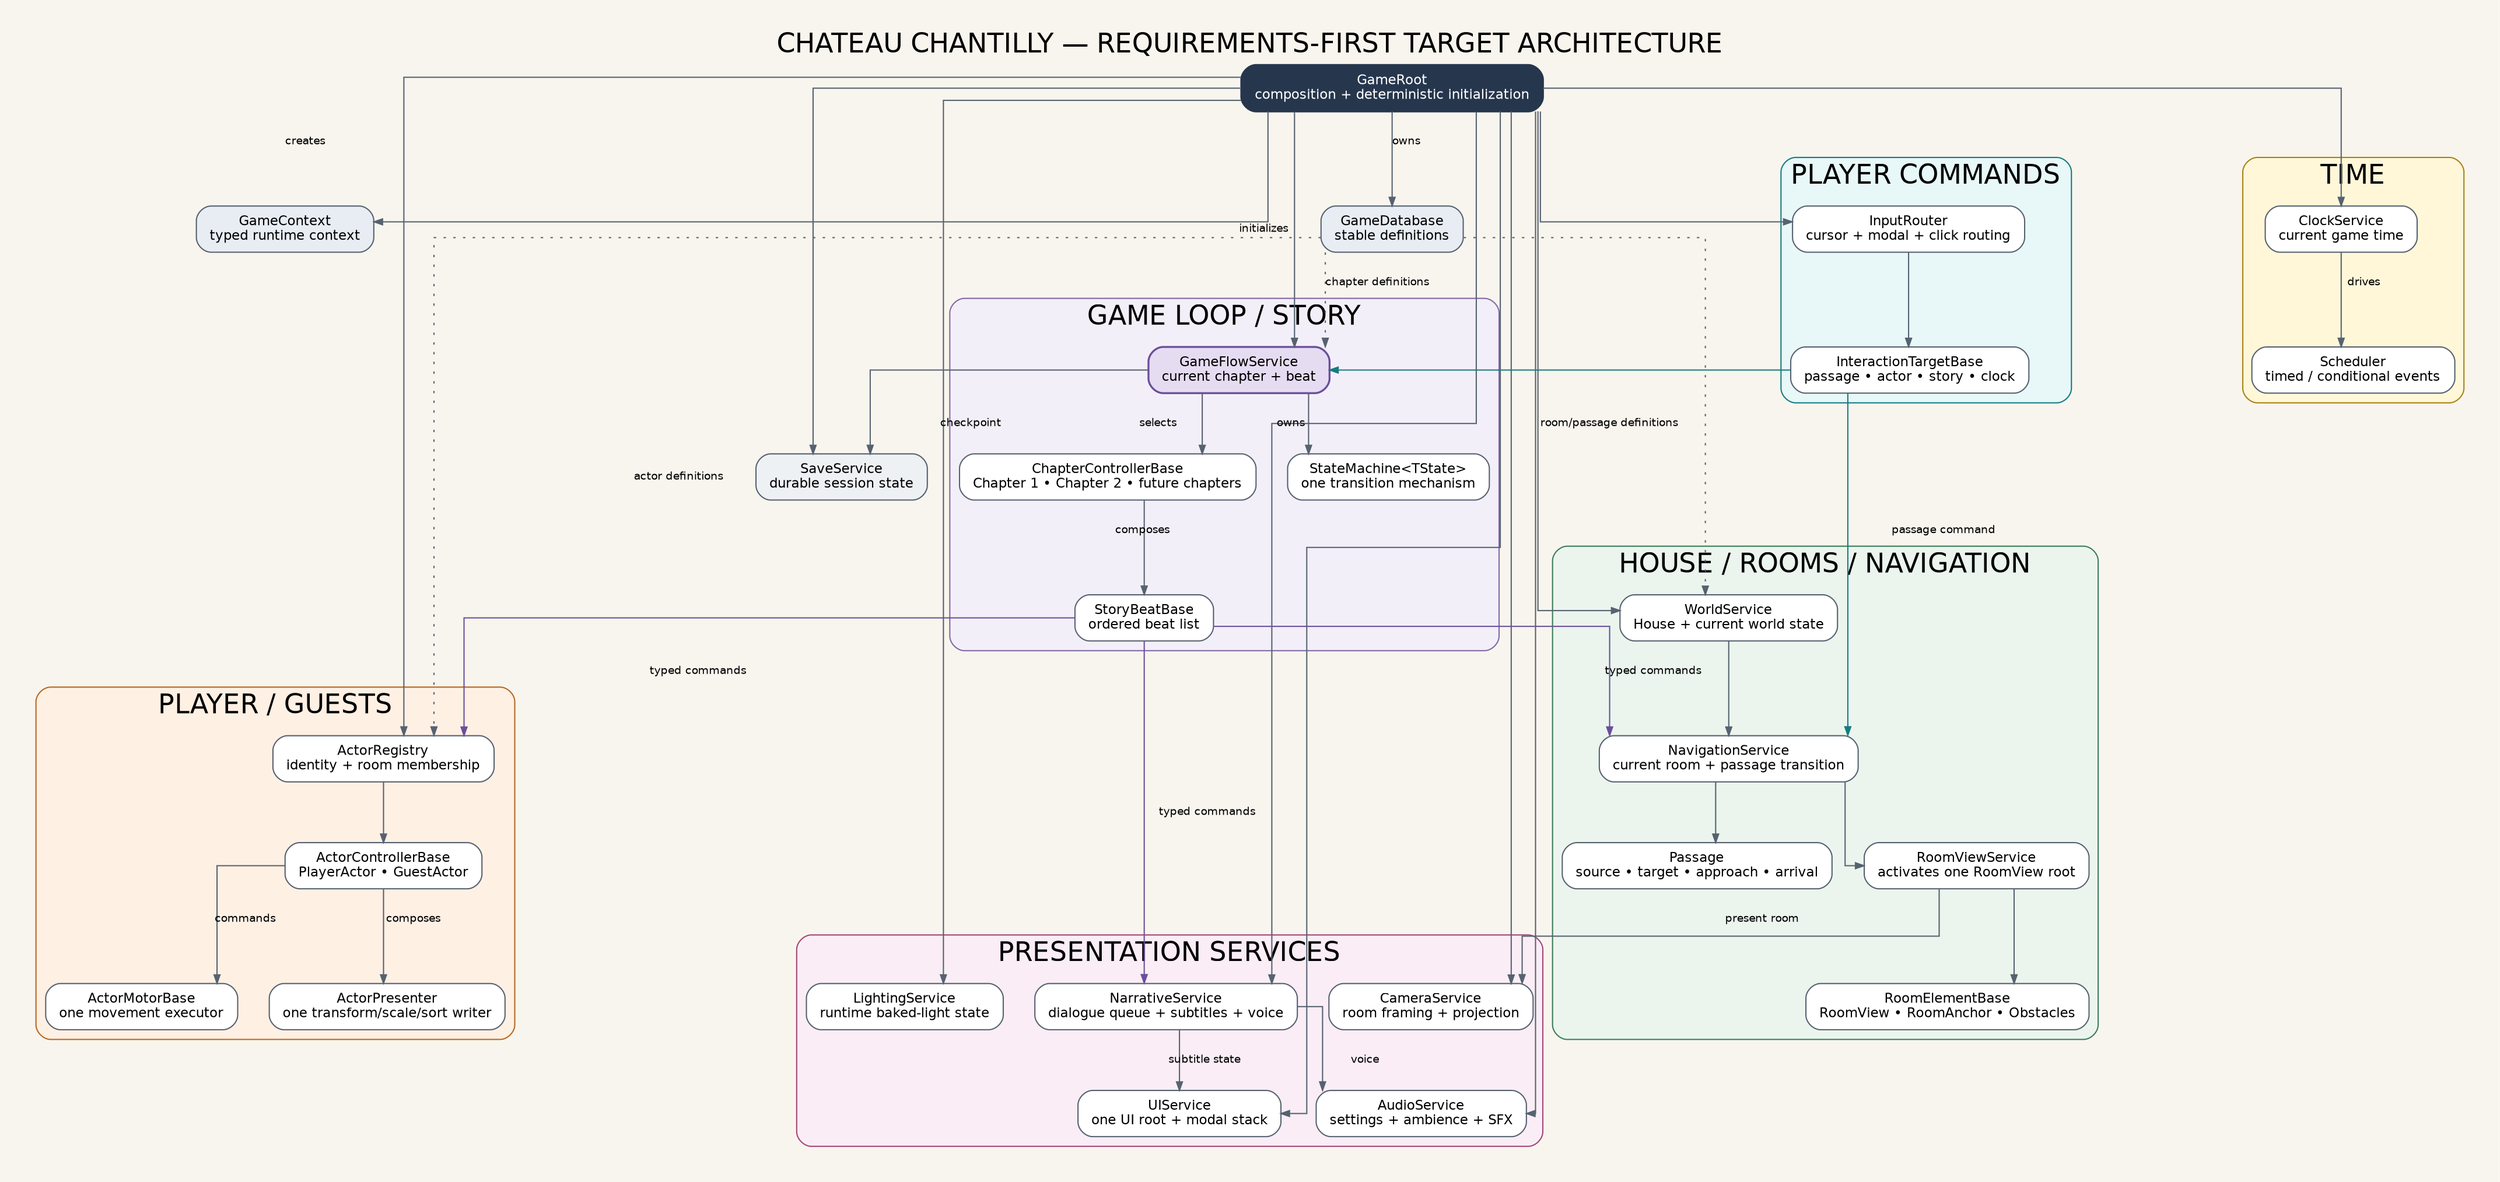
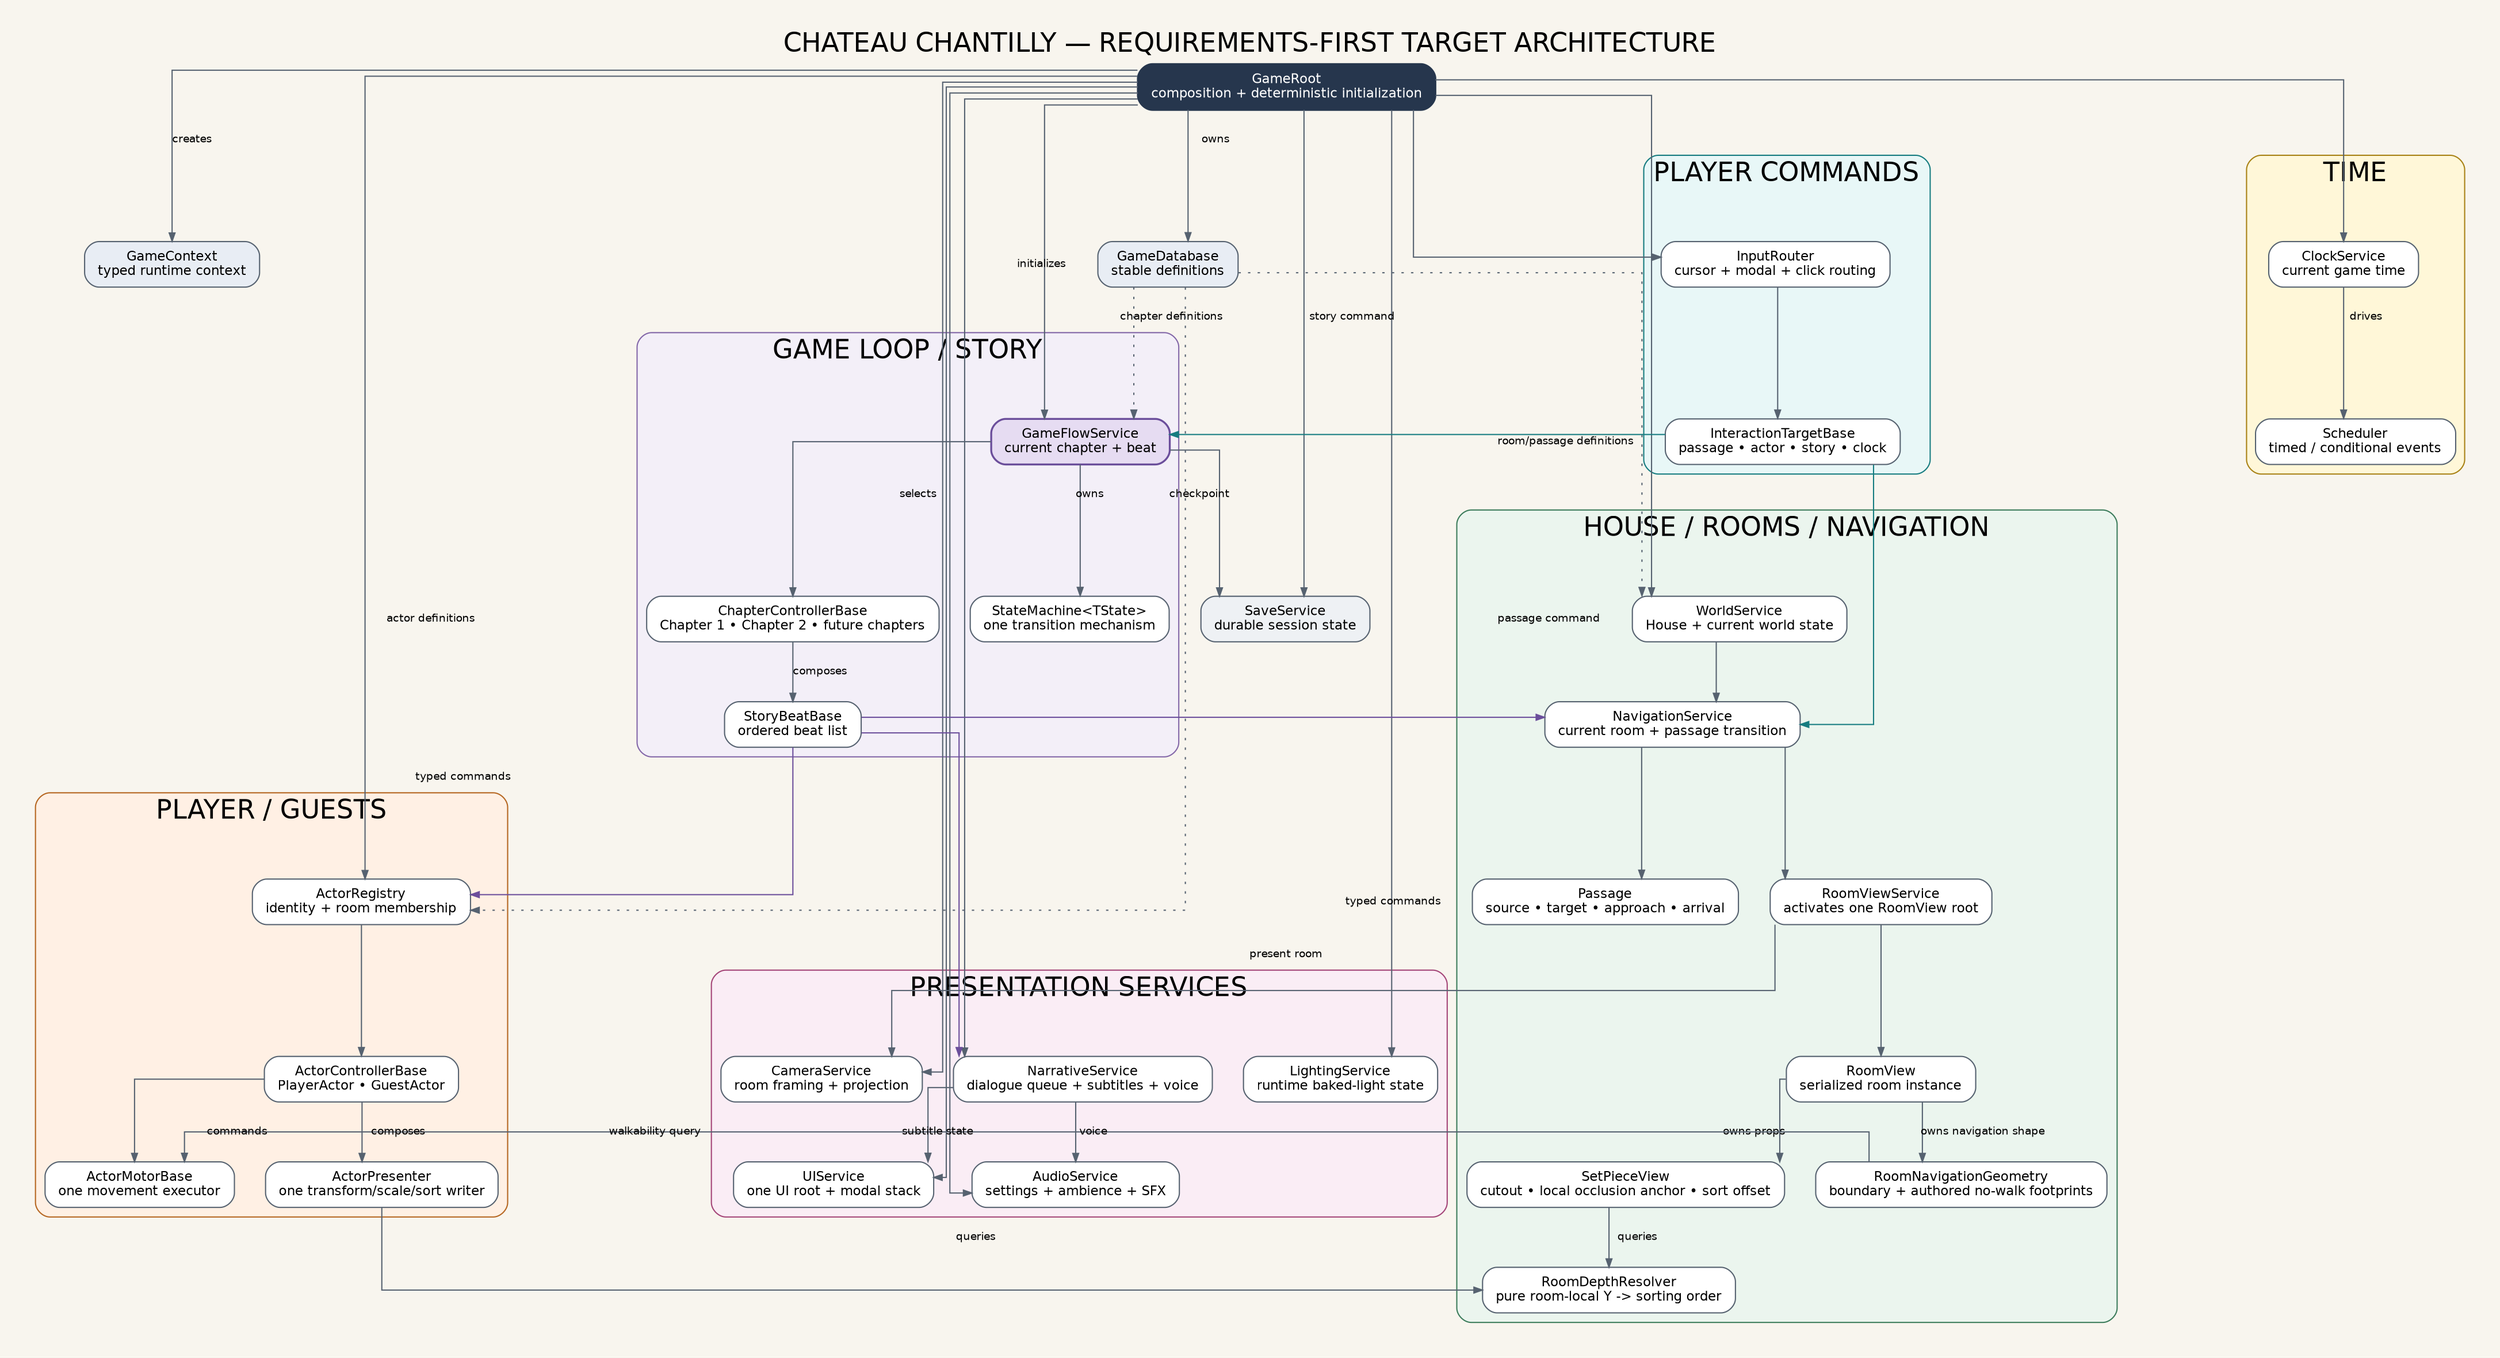
digraph ChantillyTarget {
  graph [rankdir=TB, bgcolor="#F8F5EE", pad="0.30", nodesep="0.36", ranksep="0.55", splines=ortho,
         fontname="DejaVu Sans", labelloc="t", label="CHATEAU CHANTILLY — REQUIREMENTS-FIRST TARGET ARCHITECTURE", fontsize=22];
  node [shape=box, style="rounded,filled", fontname="DejaVu Sans", fontsize=11, margin="0.15,0.10", color="#566270", fillcolor="white"];
  edge [fontname="DejaVu Sans", fontsize=9, color="#566270", arrowsize=0.7];

  root [label="GameRoot\ncomposition + deterministic initialization", fillcolor="#26364D", fontcolor="white", color="#26364D", penwidth=1.8];
  context [label="GameContext\ntyped runtime context", fillcolor="#E8EDF4"];
  db [label="GameDatabase\nstable definitions", fillcolor="#E8EDF4"];
  root -> context [label="creates"];
  root -> db [label="owns"];

  subgraph cluster_flow {
    label="GAME LOOP / STORY"; color="#8367A8"; style="rounded,filled"; fillcolor="#F3EFF8";
    flow [label="GameFlowService\ncurrent chapter + beat", fillcolor="#E6DCF2", color="#6B4E9B", penwidth=1.6];
    chapter [label="ChapterControllerBase\nChapter 1 • Chapter 2 • future chapters"];
    beats [label="StoryBeatBase\nordered beat list"];
    state [label="StateMachine<TState>\none transition mechanism"];
    flow -> chapter [label="selects"];
    chapter -> beats [label="composes"];
    flow -> state [label="owns"];
  }

  subgraph cluster_clock {
    label="TIME"; color="#A98216"; style="rounded,filled"; fillcolor="#FFF7D8";
    clock [label="ClockService\ncurrent game time"];
    scheduler [label="Scheduler\ntimed / conditional events"];
    clock -> scheduler [label="drives"];
  }

  subgraph cluster_world {
    label="HOUSE / ROOMS / NAVIGATION"; color="#3C7C5B"; style="rounded,filled"; fillcolor="#EBF5EE";
    world [label="WorldService\nHouse + current world state"];
    nav [label="NavigationService\ncurrent room + passage transition"];
    roomview [label="RoomViewService\nactivates one RoomView root"];
-     room [label="RoomElementBase\nRoomView • RoomAnchor • Obstacles"];
+     room [label="RoomView\nserialized room instance"];
    passage [label="Passage\nsource • target • approach • arrival"];
+     setpiece [label="SetPieceView\ncutout • local occlusion anchor • sort offset"];
+     geometry [label="RoomNavigationGeometry\nboundary + authored no-walk footprints"];
+     depth [label="RoomDepthResolver\npure room-local Y -> sorting order"];
    world -> nav;
    nav -> roomview;
    roomview -> room;
+     room -> setpiece [label="owns props"];
+     room -> geometry [label="owns navigation shape"];
+     setpiece -> depth [label="queries"];
    nav -> passage;
  }

  subgraph cluster_actors {
    label="PLAYER / GUESTS"; color="#B66722"; style="rounded,filled"; fillcolor="#FFF0E4";
    registry [label="ActorRegistry\nidentity + room membership"];
    actor [label="ActorControllerBase\nPlayerActor • GuestActor"];
    motor [label="ActorMotorBase\none movement executor"];
    presenter [label="ActorPresenter\none transform/scale/sort writer"];
    registry -> actor;
    actor -> motor [label="commands"];
    actor -> presenter [label="composes"];
  }

  subgraph cluster_interaction {
    label="PLAYER COMMANDS"; color="#167C80"; style="rounded,filled"; fillcolor="#E8F7F7";
    input [label="InputRouter\ncursor + modal + click routing"];
    target [label="InteractionTargetBase\npassage • actor • story • clock"];
    input -> target;
  }

  subgraph cluster_present {
    label="PRESENTATION SERVICES"; color="#A44578"; style="rounded,filled"; fillcolor="#FAEDF5";
    narrative [label="NarrativeService\ndialogue queue + subtitles + voice"];
    ui [label="UIService\none UI root + modal stack"];
    camera [label="CameraService\nroom framing + projection"];
    audio [label="AudioService\nsettings + ambience + SFX"];
    lighting [label="LightingService\nruntime baked-light state"];
  }

  save [label="SaveService\ndurable session state", fillcolor="#EEF1F4"];

  root -> flow [label="initializes"];
  root -> clock;
  root -> world;
  root -> registry;
  root -> input;
  root -> narrative;
  root -> ui;
  root -> camera;
  root -> audio;
  root -> lighting;
  root -> save;

  beats -> nav [label="typed commands", color="#6B4E9B"];
  beats -> registry [label="typed commands", color="#6B4E9B"];
  beats -> narrative [label="typed commands", color="#6B4E9B"];
  target -> nav [label="passage command", color="#167C80"];
  target -> flow [label="story command", color="#167C80"];
  roomview -> camera [label="present room"];
+   geometry -> motor [label="walkability query"];
+   presenter -> depth [label="queries"];
  narrative -> ui [label="subtitle state"];
  narrative -> audio [label="voice"];
  flow -> save [label="checkpoint"];
  db -> flow [style=dotted, label="chapter definitions"];
  db -> world [style=dotted, label="room/passage definitions"];
  db -> registry [style=dotted, label="actor definitions"];
}
